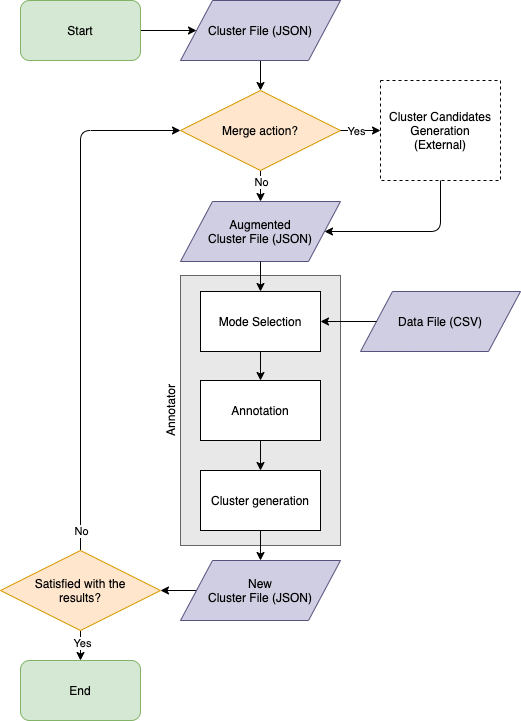
The draw.io diagram static/cluster-annotator.png in usc-isi-i2/cluster-annotator, before a commit. Source tidied: cells renumbered, new cells last; positions are measured from the earlier drawing's top-left corner, leaving out a move shared by most shapes. Source of this version:
```xml
<mxGraphModel>
  <root>
    <mxCell id="0" />
    <mxCell id="1" parent="0" />
    <mxCell id="2" style="rounded=0;whiteSpace=wrap;html=1;fillColor=#E8E8E8;strokeColor=#666666;fontColor=#333333;" parent="1" vertex="1">
      <mxGeometry x="180" y="275" width="160" height="270" as="geometry" />
    </mxCell>
    <mxCell id="3" value="Data File (CSV)" style="shape=parallelogram;perimeter=parallelogramPerimeter;whiteSpace=wrap;html=1;fillColor=#d0cee2;strokeColor=#56517e;" parent="1" vertex="1">
      <mxGeometry x="360" y="291" width="160" height="60" as="geometry" />
    </mxCell>
    <mxCell id="4" style="edgeStyle=orthogonalEdgeStyle;rounded=0;jettySize=auto;html=1;exitX=0.5;exitY=1;exitDx=0;exitDy=0;entryX=0.5;entryY=0;entryDx=0;entryDy=0;" parent="1" edge="1" source="5" target="8">
      <mxGeometry relative="1" as="geometry" />
    </mxCell>
    <mxCell id="5" value="Cluster File (JSON)" style="shape=parallelogram;perimeter=parallelogramPerimeter;whiteSpace=wrap;html=1;fillColor=#d0cee2;strokeColor=#56517e;" parent="1" vertex="1">
      <mxGeometry x="180" width="160" height="60" as="geometry" />
    </mxCell>
    <mxCell id="6" style="edgeStyle=orthogonalEdgeStyle;rounded=0;jettySize=auto;html=1;" parent="1" edge="1" source="8" target="10">
      <mxGeometry relative="1" as="geometry" />
    </mxCell>
    <mxCell id="7" value="No" style="edgeLabel;html=1;align=center;verticalAlign=middle;" parent="6" vertex="1">
      <mxGeometry x="0.18" relative="1" as="geometry" />
    </mxCell>
    <mxCell id="8" value="Merge action?" style="rhombus;whiteSpace=wrap;html=1;fillColor=#ffe6cc;strokeColor=#d79b00;" parent="1" vertex="1">
      <mxGeometry x="180" y="90" width="160" height="80" as="geometry" />
    </mxCell>
    <mxCell id="9" value="Cluster Candidates&lt;br&gt;Generation&lt;br&gt;(External)" style="rounded=0;whiteSpace=wrap;html=1;dashed=1;" parent="1" vertex="1">
      <mxGeometry x="380" y="80" width="120" height="100" as="geometry" />
    </mxCell>
    <mxCell id="10" value="Augmented&lt;br&gt;Cluster File (JSON)" style="shape=parallelogram;perimeter=parallelogramPerimeter;whiteSpace=wrap;html=1;fillColor=#d0cee2;strokeColor=#56517e;" parent="1" vertex="1">
      <mxGeometry x="180" y="201" width="160" height="60" as="geometry" />
    </mxCell>
    <mxCell id="11" value="Mode Selection" style="rounded=0;whiteSpace=wrap;html=1;fillColor=#FFFFFF;" parent="1" vertex="1">
      <mxGeometry x="200" y="291" width="120" height="60" as="geometry" />
    </mxCell>
    <mxCell id="12" value="Annotation" style="rounded=0;whiteSpace=wrap;html=1;fillColor=#FFFFFF;" parent="1" vertex="1">
      <mxGeometry x="200" y="380" width="120" height="60" as="geometry" />
    </mxCell>
    <mxCell id="13" style="edgeStyle=orthogonalEdgeStyle;rounded=1;jettySize=auto;html=1;exitX=0.5;exitY=1;exitDx=0;exitDy=0;entryX=0.5;entryY=0;entryDx=0;entryDy=0;" parent="1" edge="1" source="14" target="28">
      <mxGeometry relative="1" as="geometry" />
    </mxCell>
    <mxCell id="14" value="Cluster generation" style="rounded=0;whiteSpace=wrap;html=1;fillColor=#FFFFFF;" parent="1" vertex="1">
      <mxGeometry x="200" y="470" width="120" height="60" as="geometry" />
    </mxCell>
    <mxCell id="15" style="endArrow=classic;html=1;exitX=1;exitY=0.5;exitDx=0;exitDy=0;entryX=0;entryY=0.5;entryDx=0;entryDy=0;" parent="1" edge="1" source="8" target="9">
      <mxGeometry relative="1" as="geometry" />
    </mxCell>
    <mxCell id="16" value="Yes" style="edgeLabel;html=1;align=center;verticalAlign=middle;" parent="15" vertex="1">
      <mxGeometry x="-0.25" relative="1" as="geometry" />
    </mxCell>
    <mxCell id="17" style="endArrow=classic;html=1;entryX=1;entryY=0.5;entryDx=0;entryDy=0;" parent="1" edge="1" source="3" target="11">
      <mxGeometry relative="1" as="geometry" />
    </mxCell>
    <mxCell id="18" style="edgeStyle=orthogonalEdgeStyle;rounded=0;jettySize=auto;html=1;exitX=0.5;exitY=1;exitDx=0;exitDy=0;entryX=0.5;entryY=0;entryDx=0;entryDy=0;" parent="1" edge="1" source="10" target="11">
      <mxGeometry relative="1" as="geometry" />
    </mxCell>
    <mxCell id="19" style="endArrow=classic;html=1;exitX=0.5;exitY=1;exitDx=0;exitDy=0;entryX=0.5;entryY=0;entryDx=0;entryDy=0;" parent="1" edge="1" source="11" target="12">
      <mxGeometry relative="1" as="geometry" />
    </mxCell>
    <mxCell id="20" style="endArrow=classic;html=1;exitX=0.5;exitY=1;exitDx=0;exitDy=0;entryX=0.5;entryY=0;entryDx=0;entryDy=0;" parent="1" edge="1" source="12" target="14">
      <mxGeometry relative="1" as="geometry" />
    </mxCell>
    <mxCell id="21" style="endArrow=classic;html=1;exitX=0.5;exitY=1;exitDx=0;exitDy=0;entryX=1;entryY=0.5;entryDx=0;entryDy=0;" parent="1" edge="1" source="9" target="10">
      <mxGeometry relative="1" as="geometry">
        <Array as="points">
          <mxPoint x="440" y="231" />
        </Array>
      </mxGeometry>
    </mxCell>
    <mxCell id="22" style="edgeStyle=orthogonalEdgeStyle;rounded=0;jettySize=auto;html=1;exitX=0.5;exitY=1;exitDx=0;exitDy=0;entryX=0.5;entryY=0;entryDx=0;entryDy=0;" parent="1" edge="1" source="26" target="29">
      <mxGeometry relative="1" as="geometry" />
    </mxCell>
    <mxCell id="23" value="Yes" style="edgeLabel;html=1;align=center;verticalAlign=middle;" parent="22" vertex="1">
      <mxGeometry x="-0.2" y="1" relative="1" as="geometry" />
    </mxCell>
    <mxCell id="24" style="edgeStyle=orthogonalEdgeStyle;rounded=1;jettySize=auto;html=1;exitX=0.5;exitY=0;exitDx=0;exitDy=0;entryX=0;entryY=0.5;entryDx=0;entryDy=0;" parent="1" edge="1" source="26" target="8">
      <mxGeometry relative="1" as="geometry" />
    </mxCell>
    <mxCell id="25" value="No" style="edgeLabel;html=1;align=center;verticalAlign=middle;" parent="24" vertex="1">
      <mxGeometry x="-0.78" y="-1" relative="1" as="geometry">
        <mxPoint x="-1" y="37" as="offset" />
      </mxGeometry>
    </mxCell>
    <mxCell id="26" value="Satisfied with the&lt;br&gt;results?" style="rhombus;whiteSpace=wrap;html=1;fillColor=#ffe6cc;strokeColor=#d79b00;" parent="1" vertex="1">
      <mxGeometry y="550" width="160" height="80" as="geometry" />
    </mxCell>
    <mxCell id="27" style="edgeStyle=orthogonalEdgeStyle;rounded=0;jettySize=auto;html=1;exitX=0;exitY=0.5;exitDx=0;exitDy=0;entryX=1;entryY=0.5;entryDx=0;entryDy=0;" parent="1" edge="1" source="28" target="26">
      <mxGeometry relative="1" as="geometry" />
    </mxCell>
    <mxCell id="28" value="New&lt;br&gt;Cluster File (JSON)" style="shape=parallelogram;perimeter=parallelogramPerimeter;whiteSpace=wrap;html=1;fillColor=#d0cee2;strokeColor=#56517e;" parent="1" vertex="1">
      <mxGeometry x="180" y="560" width="160" height="60" as="geometry" />
    </mxCell>
    <mxCell id="29" value="End" style="rounded=1;whiteSpace=wrap;html=1;fillColor=#d5e8d4;strokeColor=#82b366;" parent="1" vertex="1">
      <mxGeometry x="20" y="660" width="120" height="60" as="geometry" />
    </mxCell>
    <mxCell id="30" style="edgeStyle=orthogonalEdgeStyle;rounded=0;jettySize=auto;html=1;exitX=1;exitY=0.5;exitDx=0;exitDy=0;entryX=0;entryY=0.5;entryDx=0;entryDy=0;" parent="1" edge="1" source="31" target="5">
      <mxGeometry relative="1" as="geometry" />
    </mxCell>
    <mxCell id="31" value="Start" style="rounded=1;whiteSpace=wrap;html=1;fillColor=#d5e8d4;strokeColor=#82b366;" parent="1" vertex="1">
      <mxGeometry x="20" width="120" height="60" as="geometry" />
    </mxCell>
    <mxCell id="32" value="Annotator" style="text;html=1;strokeColor=none;fillColor=none;align=center;verticalAlign=middle;whiteSpace=wrap;rounded=0;rotation=-90;" parent="1" vertex="1">
      <mxGeometry x="150" y="400" width="40" height="20" as="geometry" />
    </mxCell>
  </root>
</mxGraphModel>
```
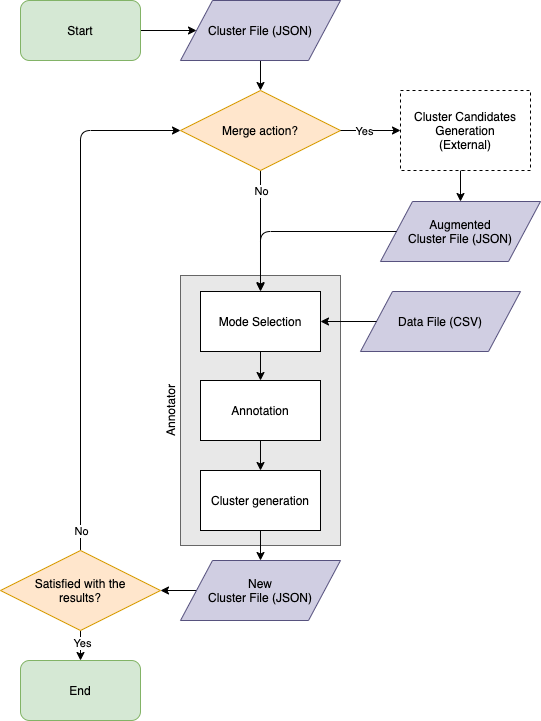
The same file after the commit.

Change to the diagram source:
```diff
@@ -14,20 +14,27 @@
     <mxCell id="5" value="Cluster File (JSON)" style="shape=parallelogram;perimeter=parallelogramPerimeter;whiteSpace=wrap;html=1;fillColor=#d0cee2;strokeColor=#56517e;" parent="1" vertex="1">
       <mxGeometry x="180" width="160" height="60" as="geometry" />
     </mxCell>
-    <mxCell id="6" style="edgeStyle=orthogonalEdgeStyle;rounded=0;jettySize=auto;html=1;" parent="1" edge="1" source="8" target="10">
-      <mxGeometry relative="1" as="geometry" />
+    <mxCell id="6" style="edgeStyle=orthogonalEdgeStyle;rounded=0;jettySize=auto;html=1;" parent="1" edge="1" source="8">
+      <mxGeometry relative="1" as="geometry">
+        <mxPoint x="260" y="290" as="targetPoint" />
+      </mxGeometry>
     </mxCell>
     <mxCell id="7" value="No" style="edgeLabel;html=1;align=center;verticalAlign=middle;" parent="6" vertex="1">
-      <mxGeometry x="0.18" relative="1" as="geometry" />
+      <mxGeometry x="0.18" relative="1" as="geometry">
+        <mxPoint y="-51" as="offset" />
+      </mxGeometry>
     </mxCell>
     <mxCell id="8" value="Merge action?" style="rhombus;whiteSpace=wrap;html=1;fillColor=#ffe6cc;strokeColor=#d79b00;" parent="1" vertex="1">
       <mxGeometry x="180" y="90" width="160" height="80" as="geometry" />
     </mxCell>
+    <mxCell id="21" style="edgeStyle=orthogonalEdgeStyle;rounded=0;jettySize=auto;html=1;exitX=0.5;exitY=1;exitDx=0;exitDy=0;entryX=0.5;entryY=0;entryDx=0;entryDy=0;" parent="1" edge="1" source="9" target="10">
+      <mxGeometry relative="1" as="geometry" />
+    </mxCell>
     <mxCell id="9" value="Cluster Candidates&lt;br&gt;Generation&lt;br&gt;(External)" style="rounded=0;whiteSpace=wrap;html=1;dashed=1;" parent="1" vertex="1">
-      <mxGeometry x="380" y="80" width="120" height="100" as="geometry" />
+      <mxGeometry x="400" y="90" width="130" height="80" as="geometry" />
     </mxCell>
     <mxCell id="10" value="Augmented&lt;br&gt;Cluster File (JSON)" style="shape=parallelogram;perimeter=parallelogramPerimeter;whiteSpace=wrap;html=1;fillColor=#d0cee2;strokeColor=#56517e;" parent="1" vertex="1">
-      <mxGeometry x="180" y="201" width="160" height="60" as="geometry" />
+      <mxGeometry x="380" y="201" width="160" height="60" as="geometry" />
     </mxCell>
     <mxCell id="11" value="Mode Selection" style="rounded=0;whiteSpace=wrap;html=1;fillColor=#FFFFFF;" parent="1" vertex="1">
       <mxGeometry x="200" y="291" width="120" height="60" as="geometry" />
@@ -50,8 +57,12 @@
     <mxCell id="17" style="endArrow=classic;html=1;entryX=1;entryY=0.5;entryDx=0;entryDy=0;" parent="1" edge="1" source="3" target="11">
       <mxGeometry relative="1" as="geometry" />
     </mxCell>
-    <mxCell id="18" style="edgeStyle=orthogonalEdgeStyle;rounded=0;jettySize=auto;html=1;exitX=0.5;exitY=1;exitDx=0;exitDy=0;entryX=0.5;entryY=0;entryDx=0;entryDy=0;" parent="1" edge="1" source="10" target="11">
-      <mxGeometry relative="1" as="geometry" />
+    <mxCell id="18" style="edgeStyle=orthogonalEdgeStyle;rounded=1;jettySize=auto;html=1;entryX=0.5;entryY=0;entryDx=0;entryDy=0;exitX=0;exitY=0.5;exitDx=0;exitDy=0;" parent="1" edge="1" source="10" target="11">
+      <mxGeometry relative="1" as="geometry">
+        <Array as="points">
+          <mxPoint x="260" y="231" />
+        </Array>
+      </mxGeometry>
     </mxCell>
     <mxCell id="19" style="endArrow=classic;html=1;exitX=0.5;exitY=1;exitDx=0;exitDy=0;entryX=0.5;entryY=0;entryDx=0;entryDy=0;" parent="1" edge="1" source="11" target="12">
       <mxGeometry relative="1" as="geometry" />
@@ -59,13 +70,6 @@
     <mxCell id="20" style="endArrow=classic;html=1;exitX=0.5;exitY=1;exitDx=0;exitDy=0;entryX=0.5;entryY=0;entryDx=0;entryDy=0;" parent="1" edge="1" source="12" target="14">
       <mxGeometry relative="1" as="geometry" />
     </mxCell>
-    <mxCell id="21" style="endArrow=classic;html=1;exitX=0.5;exitY=1;exitDx=0;exitDy=0;entryX=1;entryY=0.5;entryDx=0;entryDy=0;" parent="1" edge="1" source="9" target="10">
-      <mxGeometry relative="1" as="geometry">
-        <Array as="points">
-          <mxPoint x="440" y="231" />
-        </Array>
-      </mxGeometry>
-    </mxCell>
     <mxCell id="22" style="edgeStyle=orthogonalEdgeStyle;rounded=0;jettySize=auto;html=1;exitX=0.5;exitY=1;exitDx=0;exitDy=0;entryX=0.5;entryY=0;entryDx=0;entryDy=0;" parent="1" edge="1" source="26" target="29">
       <mxGeometry relative="1" as="geometry" />
     </mxCell>
```
